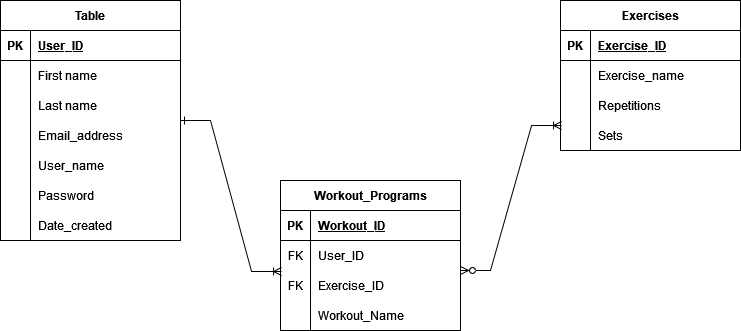
Screamzle/DevOps-Project keeps this draw.io diagram as ERD.drawio.png. Above is the earlier version. Source tidied: cells renumbered, new cells last; positions are measured from the earlier drawing's top-left corner, leaving out a move shared by most shapes. Its diagram source:
```xml
<mxGraphModel>
  <root>
    <mxCell id="0" />
    <mxCell id="1" parent="0" />
    <mxCell id="2" value="Table" style="shape=table;startSize=30;rowLines=0;fontStyle=1;align=center;fillColor=#FFFFFF;" parent="1" vertex="1">
      <mxGeometry width="180" height="240" as="geometry" />
    </mxCell>
    <mxCell id="3" style="shape=tableRow;horizontal=0;startSize=0;swimlaneHead=0;swimlaneBody=0;fillColor=none;top=0;left=0;right=0;bottom=1;" parent="2" vertex="1">
      <mxGeometry y="30" width="180" height="30" as="geometry" />
    </mxCell>
    <mxCell id="4" value="PK" style="shape=partialRectangle;fillColor=none;top=0;left=0;bottom=0;right=0;fontStyle=1;overflow=hidden;" parent="3" vertex="1">
      <mxGeometry width="30" height="30" as="geometry" />
    </mxCell>
    <mxCell id="5" value="User_ID" style="shape=partialRectangle;fillColor=none;top=0;left=0;bottom=0;right=0;align=left;spacingLeft=6;fontStyle=5;overflow=hidden;" parent="3" vertex="1">
      <mxGeometry x="30" width="150" height="30" as="geometry" />
    </mxCell>
    <mxCell id="6" style="shape=tableRow;horizontal=0;startSize=0;swimlaneHead=0;swimlaneBody=0;fillColor=none;top=0;left=0;right=0;bottom=0;" parent="2" vertex="1">
      <mxGeometry y="60" width="180" height="30" as="geometry" />
    </mxCell>
    <mxCell id="7" style="shape=partialRectangle;fillColor=none;top=0;left=0;bottom=0;right=0;overflow=hidden;" parent="6" vertex="1">
      <mxGeometry width="30" height="30" as="geometry" />
    </mxCell>
    <mxCell id="8" value="First name" style="shape=partialRectangle;fillColor=none;top=0;left=0;bottom=0;right=0;align=left;spacingLeft=6;overflow=hidden;" parent="6" vertex="1">
      <mxGeometry x="30" width="150" height="30" as="geometry" />
    </mxCell>
    <mxCell id="9" style="shape=tableRow;horizontal=0;startSize=0;swimlaneHead=0;swimlaneBody=0;fillColor=none;top=0;left=0;right=0;bottom=0;" parent="2" vertex="1">
      <mxGeometry y="90" width="180" height="30" as="geometry" />
    </mxCell>
    <mxCell id="10" style="shape=partialRectangle;fillColor=none;top=0;left=0;bottom=0;right=0;overflow=hidden;" parent="9" vertex="1">
      <mxGeometry width="30" height="30" as="geometry" />
    </mxCell>
    <mxCell id="11" value="Last name" style="shape=partialRectangle;fillColor=none;top=0;left=0;bottom=0;right=0;align=left;spacingLeft=6;overflow=hidden;" parent="9" vertex="1">
      <mxGeometry x="30" width="150" height="30" as="geometry" />
    </mxCell>
    <mxCell id="12" style="shape=tableRow;horizontal=0;startSize=0;swimlaneHead=0;swimlaneBody=0;fillColor=none;top=0;left=0;right=0;bottom=0;" parent="2" vertex="1">
      <mxGeometry y="120" width="180" height="30" as="geometry" />
    </mxCell>
    <mxCell id="13" style="shape=partialRectangle;fillColor=none;top=0;left=0;bottom=0;right=0;overflow=hidden;" parent="12" vertex="1">
      <mxGeometry width="30" height="30" as="geometry" />
    </mxCell>
    <mxCell id="14" value="Email_address" style="shape=partialRectangle;fillColor=none;top=0;left=0;bottom=0;right=0;align=left;spacingLeft=6;overflow=hidden;" parent="12" vertex="1">
      <mxGeometry x="30" width="150" height="30" as="geometry" />
    </mxCell>
    <mxCell id="15" style="shape=tableRow;horizontal=0;startSize=0;swimlaneHead=0;swimlaneBody=0;fillColor=none;top=0;left=0;right=0;bottom=0;" parent="2" vertex="1">
      <mxGeometry y="150" width="180" height="30" as="geometry" />
    </mxCell>
    <mxCell id="16" style="shape=partialRectangle;fillColor=none;top=0;left=0;bottom=0;right=0;overflow=hidden;" parent="15" vertex="1">
      <mxGeometry width="30" height="30" as="geometry" />
    </mxCell>
    <mxCell id="17" value="User_name" style="shape=partialRectangle;fillColor=none;top=0;left=0;bottom=0;right=0;align=left;spacingLeft=6;overflow=hidden;" parent="15" vertex="1">
      <mxGeometry x="30" width="150" height="30" as="geometry" />
    </mxCell>
    <mxCell id="18" style="shape=tableRow;horizontal=0;startSize=0;swimlaneHead=0;swimlaneBody=0;fillColor=none;top=0;left=0;right=0;bottom=0;" parent="2" vertex="1">
      <mxGeometry y="180" width="180" height="30" as="geometry" />
    </mxCell>
    <mxCell id="19" style="shape=partialRectangle;fillColor=none;top=0;left=0;bottom=0;right=0;overflow=hidden;" parent="18" vertex="1">
      <mxGeometry width="30" height="30" as="geometry" />
    </mxCell>
    <mxCell id="20" value="Password" style="shape=partialRectangle;fillColor=none;top=0;left=0;bottom=0;right=0;align=left;spacingLeft=6;overflow=hidden;" parent="18" vertex="1">
      <mxGeometry x="30" width="150" height="30" as="geometry" />
    </mxCell>
    <mxCell id="21" style="shape=tableRow;horizontal=0;startSize=0;swimlaneHead=0;swimlaneBody=0;fillColor=none;top=0;left=0;right=0;bottom=0;" parent="2" vertex="1">
      <mxGeometry y="210" width="180" height="30" as="geometry" />
    </mxCell>
    <mxCell id="22" style="shape=partialRectangle;fillColor=none;top=0;left=0;bottom=0;right=0;overflow=hidden;" parent="21" vertex="1">
      <mxGeometry width="30" height="30" as="geometry" />
    </mxCell>
    <mxCell id="23" value="Date_created" style="shape=partialRectangle;fillColor=none;top=0;left=0;bottom=0;right=0;align=left;spacingLeft=6;overflow=hidden;" parent="21" vertex="1">
      <mxGeometry x="30" width="150" height="30" as="geometry" />
    </mxCell>
    <mxCell id="24" value="Workout_Programs" style="shape=table;startSize=30;rowLines=0;fontStyle=1;align=center;fillColor=#FFFFFF;" parent="1" vertex="1">
      <mxGeometry x="280" y="180" width="180" height="150" as="geometry" />
    </mxCell>
    <mxCell id="25" style="shape=tableRow;horizontal=0;startSize=0;swimlaneHead=0;swimlaneBody=0;fillColor=none;top=0;left=0;right=0;bottom=1;" parent="24" vertex="1">
      <mxGeometry y="30" width="180" height="30" as="geometry" />
    </mxCell>
    <mxCell id="26" value="PK" style="shape=partialRectangle;fillColor=none;top=0;left=0;bottom=0;right=0;fontStyle=1;overflow=hidden;" parent="25" vertex="1">
      <mxGeometry width="30" height="30" as="geometry" />
    </mxCell>
    <mxCell id="27" value="Workout_ID" style="shape=partialRectangle;fillColor=none;top=0;left=0;bottom=0;right=0;align=left;spacingLeft=6;fontStyle=5;overflow=hidden;" parent="25" vertex="1">
      <mxGeometry x="30" width="150" height="30" as="geometry" />
    </mxCell>
    <mxCell id="28" style="shape=tableRow;horizontal=0;startSize=0;swimlaneHead=0;swimlaneBody=0;fillColor=none;top=0;left=0;right=0;bottom=0;" parent="24" vertex="1">
      <mxGeometry y="60" width="180" height="30" as="geometry" />
    </mxCell>
    <mxCell id="29" value="FK" style="shape=partialRectangle;fillColor=none;top=0;left=0;bottom=0;right=0;overflow=hidden;" parent="28" vertex="1">
      <mxGeometry width="30" height="30" as="geometry" />
    </mxCell>
    <mxCell id="30" value="User_ID" style="shape=partialRectangle;fillColor=none;top=0;left=0;bottom=0;right=0;align=left;spacingLeft=6;overflow=hidden;" parent="28" vertex="1">
      <mxGeometry x="30" width="150" height="30" as="geometry" />
    </mxCell>
    <mxCell id="31" style="shape=tableRow;horizontal=0;startSize=0;swimlaneHead=0;swimlaneBody=0;fillColor=none;points=[[0,0.5],[1,0.5]];portConstraint=eastwest;top=0;left=0;right=0;bottom=0;" parent="24" vertex="1">
      <mxGeometry y="90" width="180" height="30" as="geometry" />
    </mxCell>
    <mxCell id="32" value="FK" style="shape=partialRectangle;fillColor=none;top=0;left=0;bottom=0;right=0;overflow=hidden;" parent="31" vertex="1">
      <mxGeometry width="30" height="30" as="geometry" />
    </mxCell>
    <mxCell id="33" value="Exercise_ID" style="shape=partialRectangle;fillColor=none;top=0;left=0;bottom=0;right=0;align=left;spacingLeft=6;overflow=hidden;" parent="31" vertex="1">
      <mxGeometry x="30" width="150" height="30" as="geometry" />
    </mxCell>
    <mxCell id="34" style="shape=tableRow;horizontal=0;startSize=0;swimlaneHead=0;swimlaneBody=0;fillColor=none;top=0;left=0;right=0;bottom=0;" parent="24" vertex="1">
      <mxGeometry y="120" width="180" height="30" as="geometry" />
    </mxCell>
    <mxCell id="35" style="shape=partialRectangle;fillColor=none;top=0;left=0;bottom=0;right=0;overflow=hidden;" parent="34" vertex="1">
      <mxGeometry width="30" height="30" as="geometry" />
    </mxCell>
    <mxCell id="36" value="Workout_Name" style="shape=partialRectangle;fillColor=none;top=0;left=0;bottom=0;right=0;align=left;spacingLeft=6;overflow=hidden;" parent="34" vertex="1">
      <mxGeometry x="30" width="150" height="30" as="geometry" />
    </mxCell>
    <mxCell id="37" value="Exercises" style="shape=table;startSize=30;rowLines=0;fontStyle=1;align=center;fillColor=#FFFFFF;" parent="1" vertex="1">
      <mxGeometry x="560" width="180" height="150" as="geometry" />
    </mxCell>
    <mxCell id="38" style="shape=tableRow;horizontal=0;startSize=0;swimlaneHead=0;swimlaneBody=0;fillColor=none;top=0;left=0;right=0;bottom=1;" parent="37" vertex="1">
      <mxGeometry y="30" width="180" height="30" as="geometry" />
    </mxCell>
    <mxCell id="39" value="PK" style="shape=partialRectangle;fillColor=none;top=0;left=0;bottom=0;right=0;fontStyle=1;overflow=hidden;" parent="38" vertex="1">
      <mxGeometry width="30" height="30" as="geometry" />
    </mxCell>
    <mxCell id="40" value="Exercise_ID" style="shape=partialRectangle;fillColor=none;top=0;left=0;bottom=0;right=0;align=left;spacingLeft=6;fontStyle=5;overflow=hidden;" parent="38" vertex="1">
      <mxGeometry x="30" width="150" height="30" as="geometry" />
    </mxCell>
    <mxCell id="41" style="shape=tableRow;horizontal=0;startSize=0;swimlaneHead=0;swimlaneBody=0;fillColor=none;top=0;left=0;right=0;bottom=0;" parent="37" vertex="1">
      <mxGeometry y="60" width="180" height="30" as="geometry" />
    </mxCell>
    <mxCell id="42" style="shape=partialRectangle;fillColor=none;top=0;left=0;bottom=0;right=0;overflow=hidden;" parent="41" vertex="1">
      <mxGeometry width="30" height="30" as="geometry" />
    </mxCell>
    <mxCell id="43" value="Exercise_name" style="shape=partialRectangle;fillColor=none;top=0;left=0;bottom=0;right=0;align=left;spacingLeft=6;overflow=hidden;" parent="41" vertex="1">
      <mxGeometry x="30" width="150" height="30" as="geometry" />
    </mxCell>
    <mxCell id="44" style="shape=tableRow;horizontal=0;startSize=0;swimlaneHead=0;swimlaneBody=0;fillColor=none;top=0;left=0;right=0;bottom=0;" parent="37" vertex="1">
      <mxGeometry y="90" width="180" height="30" as="geometry" />
    </mxCell>
    <mxCell id="45" style="shape=partialRectangle;fillColor=none;top=0;left=0;bottom=0;right=0;overflow=hidden;" parent="44" vertex="1">
      <mxGeometry width="30" height="30" as="geometry" />
    </mxCell>
    <mxCell id="46" value="Repetitions" style="shape=partialRectangle;fillColor=none;top=0;left=0;bottom=0;right=0;align=left;spacingLeft=6;overflow=hidden;" parent="44" vertex="1">
      <mxGeometry x="30" width="150" height="30" as="geometry" />
    </mxCell>
    <mxCell id="47" style="shape=tableRow;horizontal=0;startSize=0;swimlaneHead=0;swimlaneBody=0;fillColor=none;points=[[0,0.5],[1,0.5]];portConstraint=eastwest;top=0;left=0;right=0;bottom=0;" parent="37" vertex="1">
      <mxGeometry y="120" width="180" height="30" as="geometry" />
    </mxCell>
    <mxCell id="48" style="shape=partialRectangle;fillColor=none;top=0;left=0;bottom=0;right=0;overflow=hidden;" parent="47" vertex="1">
      <mxGeometry width="30" height="30" as="geometry" />
    </mxCell>
    <mxCell id="49" value="Sets" style="shape=partialRectangle;fillColor=none;top=0;left=0;bottom=0;right=0;align=left;spacingLeft=6;overflow=hidden;" parent="47" vertex="1">
      <mxGeometry x="30" width="150" height="30" as="geometry" />
    </mxCell>
    <mxCell id="50" style="edgeStyle=entityRelationEdgeStyle;fontSize=12;html=1;endArrow=ERoneToMany;startArrow=ERone;rounded=0;entryX=0.006;entryY=0.033;entryDx=0;entryDy=0;entryPerimeter=0;startFill=0;" parent="1" edge="1" target="31">
      <mxGeometry relative="1" as="geometry">
        <mxPoint x="180" y="120" as="sourcePoint" />
      </mxGeometry>
    </mxCell>
    <mxCell id="51" style="edgeStyle=entityRelationEdgeStyle;fontSize=12;html=1;endArrow=ERoneToMany;startArrow=ERzeroToMany;rounded=0;startFill=0;endFill=0;entryX=0.006;entryY=0.167;entryDx=0;entryDy=0;entryPerimeter=0;" parent="1" edge="1" target="47">
      <mxGeometry relative="1" as="geometry">
        <mxPoint x="460" y="270" as="sourcePoint" />
      </mxGeometry>
    </mxCell>
  </root>
</mxGraphModel>
```
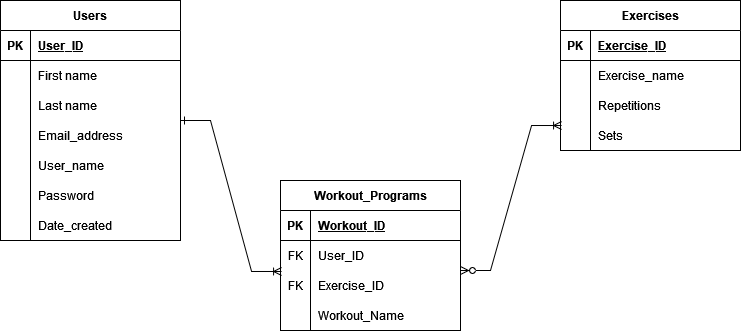
After the change.

Change to the diagram source:
```diff
@@ -2,7 +2,7 @@
   <root>
     <mxCell id="0" />
     <mxCell id="1" parent="0" />
-    <mxCell id="2" value="Table" style="shape=table;startSize=30;rowLines=0;fontStyle=1;align=center;fillColor=#FFFFFF;" parent="1" vertex="1">
+    <mxCell id="2" value="Users" style="shape=table;startSize=30;rowLines=0;fontStyle=1;align=center;fillColor=#FFFFFF;" parent="1" vertex="1">
       <mxGeometry width="180" height="240" as="geometry" />
     </mxCell>
     <mxCell id="3" style="shape=tableRow;horizontal=0;startSize=0;swimlaneHead=0;swimlaneBody=0;fillColor=none;top=0;left=0;right=0;bottom=1;" parent="2" vertex="1">
```
